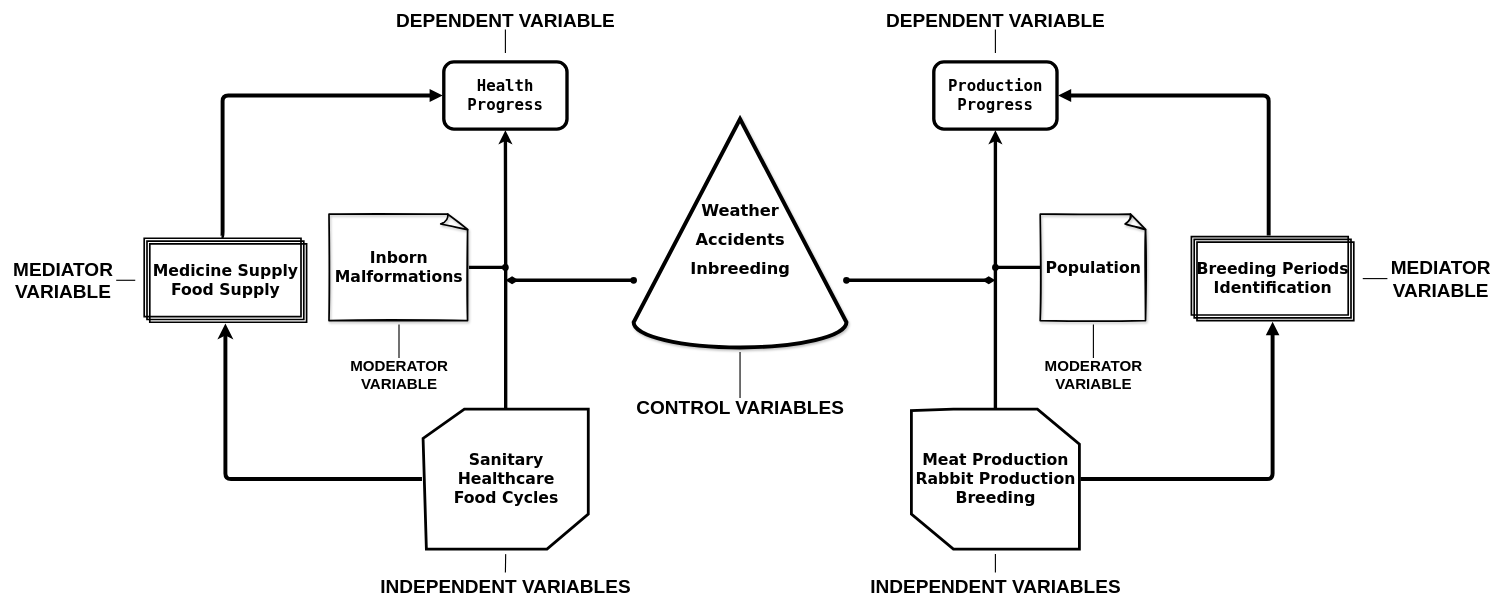
This is Conceptual Framework.drawio from SejiMe/rpc-system, a draw.io file, before an edit. Source tidied: cells renumbered, new cells numbered last; positions are measured from the earlier drawing's top-left corner, leaving out a move shared by most shapes. Both pictures are drawn from the tidied source at 56%, with x=0, y=0 at pixel (10, 12).
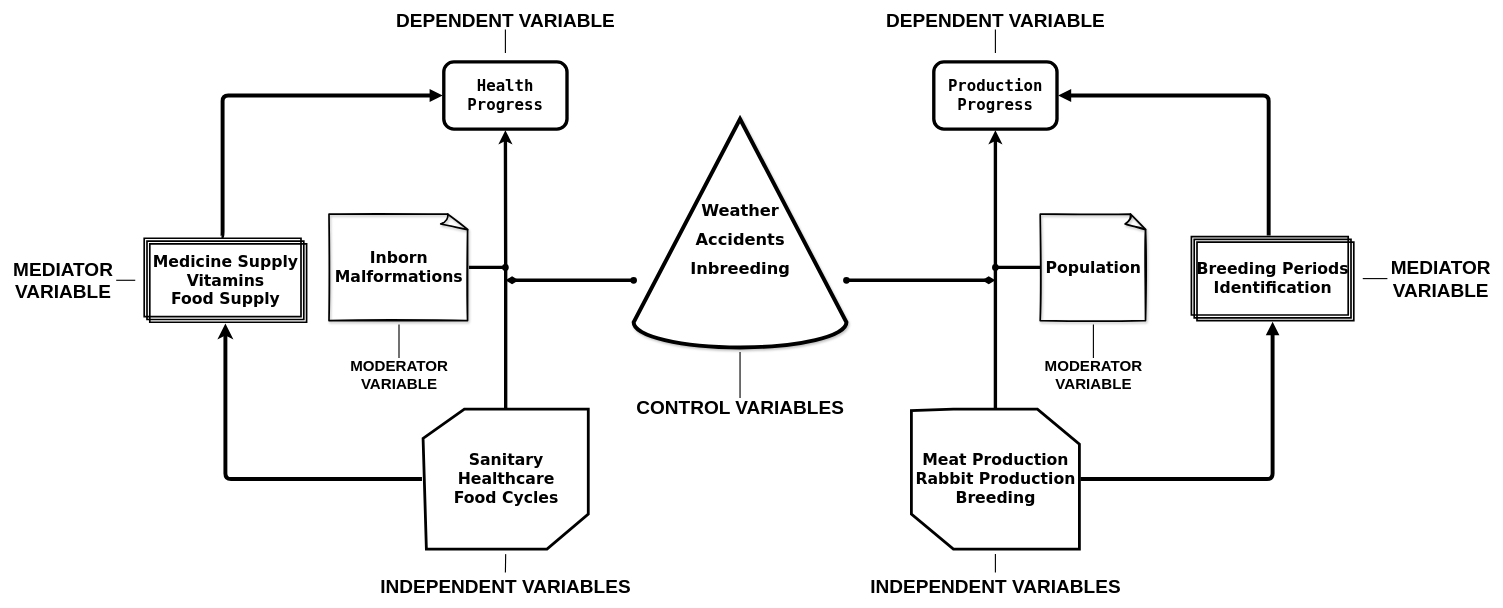
The same page after the edit.

Diff of the diagram source:
```diff
@@
-    <mxCell id="12" value="&lt;font face=&quot;Verdana&quot; style=&quot;font-size: 28px;&quot;&gt;Medicine Supply&lt;br style=&quot;font-size: 28px;&quot;&gt;Food Supply&lt;br style=&quot;font-size: 28px;&quot;&gt;&lt;/font&gt;" style="verticalLabelPosition=middle;verticalAlign=middle;html=1;shape=mxgraph.basic.layered_rect;dx=10;outlineConnect=0;labelBorderColor=none;fontFamily=Lucida Console;fontSize=28;strokeWidth=3;fillColor=none;strokeColor=#000000;labelPosition=center;align=center;textDirection=ltr;fontStyle=1;perimeterSpacing=2;shadow=0;" parent="1" vertex="1">
+    <mxCell id="12" value="&lt;font face=&quot;Verdana&quot; style=&quot;font-size: 28px;&quot;&gt;Medicine Supply&lt;br style=&quot;font-size: 28px;&quot;&gt;Vitamins&lt;br&gt;Food Supply&lt;br style=&quot;font-size: 28px;&quot;&gt;&lt;/font&gt;" style="verticalLabelPosition=middle;verticalAlign=middle;html=1;shape=mxgraph.basic.layered_rect;dx=10;outlineConnect=0;labelBorderColor=none;fontFamily=Lucida Console;fontSize=28;strokeWidth=3;fillColor=none;strokeColor=#000000;labelPosition=center;align=center;textDirection=ltr;fontStyle=1;perimeterSpacing=2;shadow=0;" parent="1" vertex="1">
       <mxGeometry x="240" y="403" width="290" height="150" as="geometry" />
     </mxCell>
```
